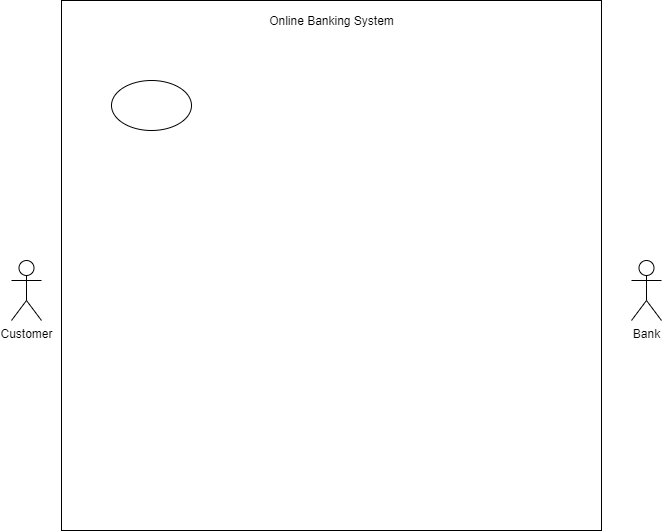
The draw.io diagram OnlineBankingSystem.png in ester-naranjo-rodrigo/demo, before a commit. Source tidied: cells renumbered, new cells last; positions are measured from the earlier drawing's top-left corner, leaving out a move shared by most shapes.
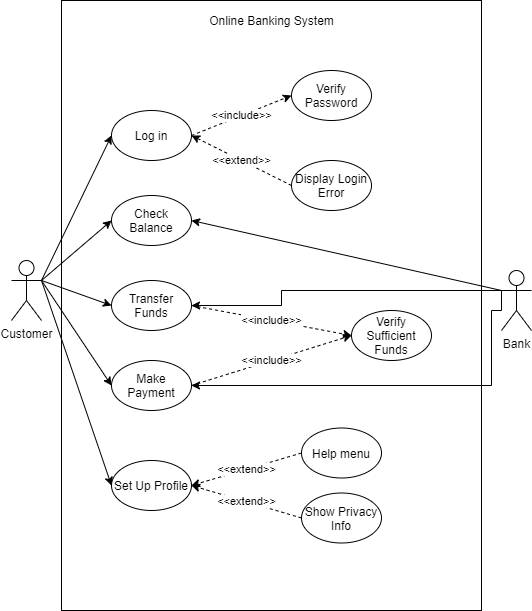
After the change.

Change to the diagram source:
```diff
@@ -3,19 +3,99 @@
     <mxCell id="0" />
     <mxCell id="1" parent="0" />
     <mxCell id="2" style="rounded=0;whiteSpace=wrap;html=1;" parent="1" vertex="1">
-      <mxGeometry x="50" width="540" height="530" as="geometry" />
+      <mxGeometry x="50" width="420" height="610" as="geometry" />
     </mxCell>
     <mxCell id="3" value="Online Banking System" style="text;html=1;strokeColor=none;fillColor=none;align=center;verticalAlign=middle;whiteSpace=wrap;rounded=0;" parent="1" vertex="1">
-      <mxGeometry x="242.5" y="10" width="155" height="20" as="geometry" />
+      <mxGeometry x="182.5" y="10" width="155" height="20" as="geometry" />
     </mxCell>
+    <mxCell id="7" style="edgeStyle=none;rounded=0;jettySize=auto;html=1;exitX=1;exitY=0.3333333333333333;exitDx=0;exitDy=0;exitPerimeter=0;entryX=0;entryY=0.5;entryDx=0;entryDy=0;" parent="1" edge="1" source="4" target="6">
+      <mxGeometry relative="1" as="geometry" />
+    </mxCell>
+    <mxCell id="8" style="edgeStyle=none;rounded=0;jettySize=auto;html=1;exitX=1;exitY=0.3333333333333333;exitDx=0;exitDy=0;exitPerimeter=0;entryX=0;entryY=0.5;entryDx=0;entryDy=0;" parent="1" edge="1" source="4" target="16">
+      <mxGeometry relative="1" as="geometry" />
+    </mxCell>
+    <mxCell id="9" style="edgeStyle=none;rounded=0;jettySize=auto;html=1;exitX=1;exitY=0.3333333333333333;exitDx=0;exitDy=0;exitPerimeter=0;entryX=0;entryY=0.5;entryDx=0;entryDy=0;" parent="1" edge="1" source="4" target="18">
+      <mxGeometry relative="1" as="geometry" />
+    </mxCell>
+    <mxCell id="10" style="edgeStyle=none;rounded=0;jettySize=auto;html=1;exitX=1;exitY=0.3333333333333333;exitDx=0;exitDy=0;exitPerimeter=0;entryX=0;entryY=0.5;entryDx=0;entryDy=0;" parent="1" edge="1" source="4" target="20">
+      <mxGeometry relative="1" as="geometry" />
+    </mxCell>
+    <mxCell id="11" style="edgeStyle=none;rounded=0;jettySize=auto;html=1;exitX=1;exitY=0.3333333333333333;exitDx=0;exitDy=0;exitPerimeter=0;entryX=0;entryY=0.5;entryDx=0;entryDy=0;" parent="1" edge="1" source="4" target="21">
+      <mxGeometry relative="1" as="geometry" />
+    </mxCell>
     <mxCell id="4" value="Customer" style="shape=umlActor;verticalLabelPosition=bottom;verticalAlign=top;html=1;outlineConnect=0;" parent="1" vertex="1">
       <mxGeometry y="260" width="30" height="60" as="geometry" />
     </mxCell>
+    <mxCell id="12" style="edgeStyle=none;rounded=0;jettySize=auto;html=1;exitX=0;exitY=0.3333333333333333;exitDx=0;exitDy=0;exitPerimeter=0;entryX=1;entryY=0.5;entryDx=0;entryDy=0;" parent="1" edge="1" source="5" target="16">
+      <mxGeometry relative="1" as="geometry" />
+    </mxCell>
+    <mxCell id="13" style="edgeStyle=orthogonalEdgeStyle;rounded=0;jettySize=auto;html=1;exitX=0;exitY=0.3333333333333333;exitDx=0;exitDy=0;exitPerimeter=0;entryX=1;entryY=0.5;entryDx=0;entryDy=0;" parent="1" edge="1" source="5" target="18">
+      <mxGeometry relative="1" as="geometry">
+        <Array as="points">
+          <mxPoint x="270" y="290" />
+          <mxPoint x="270" y="305" />
+        </Array>
+      </mxGeometry>
+    </mxCell>
+    <mxCell id="14" style="rounded=0;jettySize=auto;html=1;exitX=0;exitY=0.3333333333333333;exitDx=0;exitDy=0;exitPerimeter=0;entryX=1;entryY=0.5;entryDx=0;entryDy=0;elbow=vertical;edgeStyle=orthogonalEdgeStyle;" parent="1" edge="1" source="5" target="20">
+      <mxGeometry relative="1" as="geometry">
+        <Array as="points">
+          <mxPoint x="490" y="310" />
+          <mxPoint x="480" y="310" />
+          <mxPoint x="480" y="385" />
+        </Array>
+      </mxGeometry>
+    </mxCell>
     <mxCell id="5" value="Bank" style="shape=umlActor;verticalLabelPosition=bottom;verticalAlign=top;html=1;outlineConnect=0;" parent="1" vertex="1">
-      <mxGeometry x="620" y="260" width="30" height="60" as="geometry" />
+      <mxGeometry x="490" y="270" width="30" height="60" as="geometry" />
     </mxCell>
+    <mxCell id="15" value="&amp;lt;&amp;lt;include&amp;gt;&amp;gt;" style="rounded=0;jettySize=auto;html=1;exitX=1;exitY=0.5;exitDx=0;exitDy=0;entryX=0;entryY=0.5;entryDx=0;entryDy=0;dashed=1;" parent="1" edge="1" source="6" target="22">
+      <mxGeometry relative="1" as="geometry" />
+    </mxCell>
-    <mxCell id="6" style="ellipse;whiteSpace=wrap;html=1;" parent="1" vertex="1">
-      <mxGeometry x="100" y="80" width="80" height="50" as="geometry" />
+    <mxCell id="6" value="Log in" style="ellipse;whiteSpace=wrap;html=1;" parent="1" vertex="1">
+      <mxGeometry x="100" y="110" width="80" height="50" as="geometry" />
     </mxCell>
+    <mxCell id="16" value="Check Balance" style="ellipse;whiteSpace=wrap;html=1;" parent="1" vertex="1">
+      <mxGeometry x="100" y="195" width="80" height="50" as="geometry" />
+    </mxCell>
+    <mxCell id="17" value="&amp;lt;&amp;lt;include&amp;gt;&amp;gt;" style="edgeStyle=none;rounded=0;jettySize=auto;html=1;exitX=1;exitY=0.5;exitDx=0;exitDy=0;entryX=0;entryY=0.5;entryDx=0;entryDy=0;dashed=1;" parent="1" edge="1" source="18" target="25">
+      <mxGeometry relative="1" as="geometry" />
+    </mxCell>
+    <mxCell id="18" value="Transfer Funds" style="ellipse;whiteSpace=wrap;html=1;" parent="1" vertex="1">
+      <mxGeometry x="100" y="280" width="80" height="50" as="geometry" />
+    </mxCell>
+    <mxCell id="19" value="&amp;lt;&amp;lt;include&amp;gt;&amp;gt;" style="edgeStyle=none;rounded=0;jettySize=auto;html=1;exitX=1;exitY=0.5;exitDx=0;exitDy=0;entryX=0;entryY=0.5;entryDx=0;entryDy=0;dashed=1;" parent="1" edge="1" source="20" target="25">
+      <mxGeometry relative="1" as="geometry" />
+    </mxCell>
+    <mxCell id="20" value="Make Payment" style="ellipse;whiteSpace=wrap;html=1;" parent="1" vertex="1">
+      <mxGeometry x="100" y="360" width="80" height="50" as="geometry" />
+    </mxCell>
+    <mxCell id="21" value="Set Up Profile" style="ellipse;whiteSpace=wrap;html=1;" parent="1" vertex="1">
+      <mxGeometry x="100" y="460" width="80" height="50" as="geometry" />
+    </mxCell>
+    <mxCell id="22" value="Verify Password" style="ellipse;whiteSpace=wrap;html=1;" parent="1" vertex="1">
+      <mxGeometry x="280" y="70" width="80" height="50" as="geometry" />
+    </mxCell>
+    <mxCell id="23" value="&amp;lt;&amp;lt;extend&amp;gt;&amp;gt;" style="rounded=0;jettySize=auto;html=1;exitX=0;exitY=0.5;exitDx=0;exitDy=0;entryX=1;entryY=0.5;entryDx=0;entryDy=0;dashed=1;" parent="1" edge="1" source="24" target="6">
+      <mxGeometry relative="1" as="geometry" />
+    </mxCell>
+    <mxCell id="24" value="Display Login Error" style="ellipse;whiteSpace=wrap;html=1;" parent="1" vertex="1">
+      <mxGeometry x="280" y="160" width="80" height="50" as="geometry" />
+    </mxCell>
+    <mxCell id="25" value="Verify Sufficient Funds" style="ellipse;whiteSpace=wrap;html=1;" parent="1" vertex="1">
+      <mxGeometry x="340" y="310" width="80" height="50" as="geometry" />
+    </mxCell>
+    <mxCell id="26" value="&amp;lt;&amp;lt;extend&amp;gt;&amp;gt;" style="edgeStyle=none;rounded=0;jettySize=auto;html=1;exitX=0;exitY=0.5;exitDx=0;exitDy=0;entryX=1;entryY=0.5;entryDx=0;entryDy=0;dashed=1;" parent="1" edge="1" source="27" target="21">
+      <mxGeometry relative="1" as="geometry" />
+    </mxCell>
+    <mxCell id="27" value="Help menu" style="ellipse;whiteSpace=wrap;html=1;" parent="1" vertex="1">
+      <mxGeometry x="290" y="427.5" width="80" height="50" as="geometry" />
+    </mxCell>
+    <mxCell id="28" value="&amp;lt;&amp;lt;extend&amp;gt;&amp;gt;" style="edgeStyle=none;rounded=0;jettySize=auto;html=1;exitX=0;exitY=0.5;exitDx=0;exitDy=0;entryX=1;entryY=0.5;entryDx=0;entryDy=0;dashed=1;" parent="1" edge="1" source="29" target="21">
+      <mxGeometry relative="1" as="geometry" />
+    </mxCell>
+    <mxCell id="29" value="Show Privacy Info" style="ellipse;whiteSpace=wrap;html=1;" parent="1" vertex="1">
+      <mxGeometry x="290" y="492.5" width="80" height="50" as="geometry" />
+    </mxCell>
   </root>
 </mxGraphModel>
```
